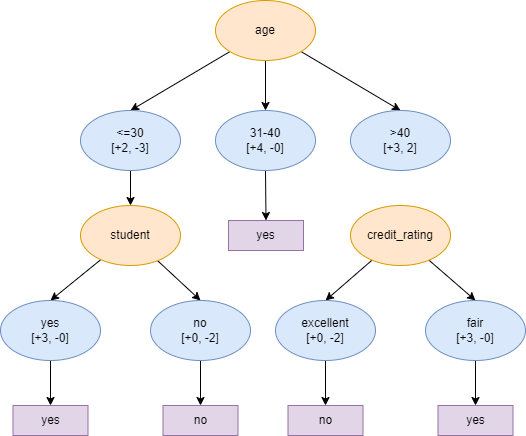
The draw.io diagram materials/Decision Tree/figures/act3_it3.drawio.png in JhunBrian/DS-312, before a commit. Source tidied: cells renumbered, new cells last; positions are measured from the earlier drawing's top-left corner, leaving out a move shared by most shapes.
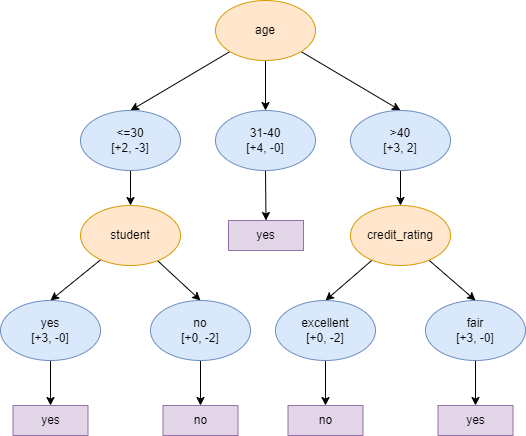
Above is the later version.

The edit, as a diff of the source:
```diff
@@ -26,6 +26,9 @@
     <mxCell id="9" value="31-40&lt;br&gt;[+4, -0]" style="ellipse;whiteSpace=wrap;html=1;fillColor=#dae8fc;strokeColor=#6c8ebf;" parent="1" vertex="1">
       <mxGeometry x="215" y="110" width="100" height="60" as="geometry" />
     </mxCell>
+    <mxCell id="30" style="edgeStyle=orthogonalEdgeStyle;rounded=0;jettySize=auto;html=1;" parent="1" edge="1" source="10" target="23">
+      <mxGeometry relative="1" as="geometry" />
+    </mxCell>
     <mxCell id="10" value="&amp;gt;40&lt;br&gt;[+3, 2]" style="ellipse;whiteSpace=wrap;html=1;fillColor=#dae8fc;strokeColor=#6c8ebf;" parent="1" vertex="1">
       <mxGeometry x="350" y="110" width="100" height="60" as="geometry" />
     </mxCell>
```
